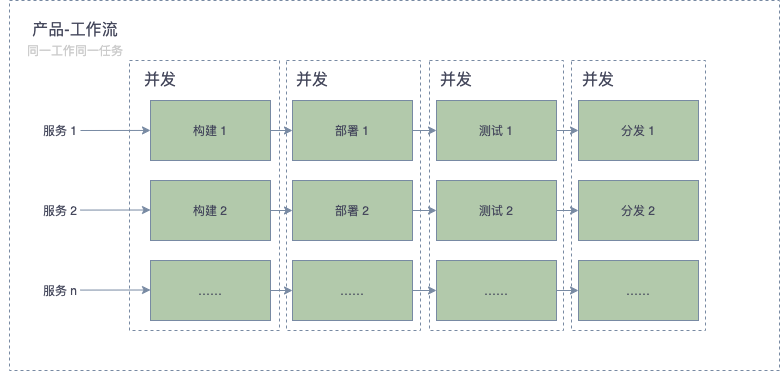
Above: _images/workflow_parallel_2.png in koderover/zadig-doc (draw.io), before the change. Source tidied: cells renumbered, new cells last; positions are measured from the earlier drawing's top-left corner, leaving out a move shared by most shapes.
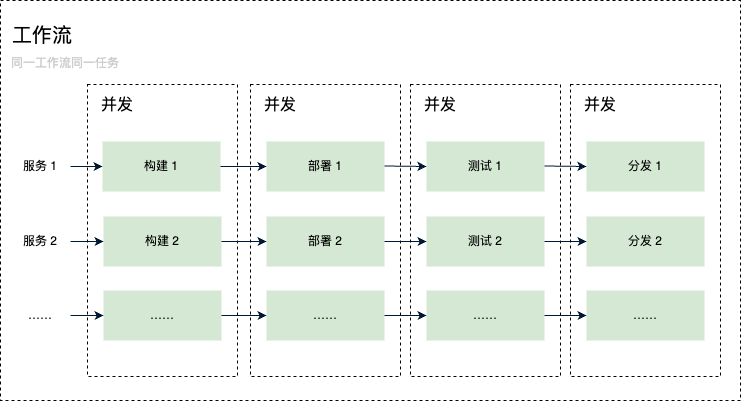
The same file after the commit.

What changed in the source:
```diff
@@ -2,125 +2,123 @@
   <root>
     <mxCell id="0" />
     <mxCell id="1" parent="0" />
-    <mxCell id="2" value="t" style="rounded=0;whiteSpace=wrap;html=1;fillColor=none;strokeColor=#788AA3;fontColor=#46495D;dashed=1;" parent="1" vertex="1">
-      <mxGeometry x="9" width="770" height="370" as="geometry" />
-    </mxCell>
-    <mxCell id="3" style="edgeStyle=orthogonalEdgeStyle;rounded=0;jettySize=auto;html=1;strokeColor=#788AA3;fontColor=#46495D;" parent="1" edge="1" source="4" target="13">
-      <mxGeometry relative="1" as="geometry" />
-    </mxCell>
-    <mxCell id="4" value="构建 1" style="rounded=0;whiteSpace=wrap;html=1;fillColor=#B2C9AB;strokeColor=#788AA3;fontColor=#46495D;" parent="1" vertex="1">
-      <mxGeometry x="150" y="100" width="120" height="60" as="geometry" />
-    </mxCell>
-    <mxCell id="5" style="edgeStyle=orthogonalEdgeStyle;rounded=0;jettySize=auto;html=1;strokeColor=#788AA3;fontColor=#46495D;" parent="1" edge="1" source="6" target="15">
-      <mxGeometry relative="1" as="geometry" />
-    </mxCell>
-    <mxCell id="6" value="构建 2" style="rounded=0;whiteSpace=wrap;html=1;fillColor=#B2C9AB;strokeColor=#788AA3;fontColor=#46495D;" parent="1" vertex="1">
-      <mxGeometry x="150" y="180" width="120" height="60" as="geometry" />
+    <mxCell id="6" style="rounded=0;whiteSpace=wrap;html=1;dashed=1;" parent="1" vertex="1">
+      <mxGeometry x="20" y="40" width="740" height="400" as="geometry" />
     </mxCell>
-    <mxCell id="7" style="edgeStyle=orthogonalEdgeStyle;rounded=0;jettySize=auto;html=1;strokeColor=#788AA3;fontColor=#46495D;" parent="1" edge="1" source="8" target="17">
-      <mxGeometry relative="1" as="geometry" />
-    </mxCell>
-    <mxCell id="8" value="……" style="rounded=0;whiteSpace=wrap;html=1;fillColor=#B2C9AB;strokeColor=#788AA3;fontColor=#46495D;" parent="1" vertex="1">
-      <mxGeometry x="150" y="260" width="120" height="60" as="geometry" />
+    <mxCell id="8" value="工作流" style="text;html=1;strokeColor=none;fillColor=none;align=left;verticalAlign=middle;whiteSpace=wrap;rounded=0;dashed=1;fontSize=20;" parent="1" vertex="1">
+      <mxGeometry x="30" y="60" width="110" height="30" as="geometry" />
     </mxCell>
-    <mxCell id="9" value="服务 1" style="text;html=1;strokeColor=none;fillColor=none;align=center;verticalAlign=middle;whiteSpace=wrap;rounded=0;fontColor=#46495D;" parent="1" vertex="1">
-      <mxGeometry x="40" y="120" width="40" height="20" as="geometry" />
+    <mxCell id="9" value="同一工作流同一任务" style="text;html=1;strokeColor=none;fillColor=none;align=center;verticalAlign=middle;whiteSpace=wrap;rounded=0;dashed=1;fontSize=12;fontColor=#CCCCCC;" parent="1" vertex="1">
+      <mxGeometry x="30" y="88" width="110" height="30" as="geometry" />
     </mxCell>
-    <mxCell id="10" value="服务 2" style="text;html=1;strokeColor=none;fillColor=none;align=center;verticalAlign=middle;whiteSpace=wrap;rounded=0;fontColor=#46495D;" parent="1" vertex="1">
-      <mxGeometry x="40" y="200" width="40" height="20" as="geometry" />
-    </mxCell>
-    <mxCell id="11" value="服务 n" style="text;html=1;strokeColor=none;fillColor=none;align=center;verticalAlign=middle;whiteSpace=wrap;rounded=0;fontColor=#46495D;" parent="1" vertex="1">
-      <mxGeometry x="40" y="280" width="40" height="20" as="geometry" />
+    <mxCell id="11" style="rounded=0;whiteSpace=wrap;html=1;dashed=1;fontSize=12;fontColor=#CCCCCC;" parent="1" vertex="1">
+      <mxGeometry x="107" y="124" width="150" height="292" as="geometry" />
     </mxCell>
-    <mxCell id="12" style="edgeStyle=orthogonalEdgeStyle;rounded=0;jettySize=auto;html=1;strokeColor=#788AA3;fontColor=#46495D;" parent="1" edge="1" source="13" target="19">
-      <mxGeometry relative="1" as="geometry" />
-    </mxCell>
-    <mxCell id="13" value="部署 1" style="rounded=0;whiteSpace=wrap;html=1;fillColor=#B2C9AB;strokeColor=#788AA3;fontColor=#46495D;" parent="1" vertex="1">
-      <mxGeometry x="292" y="100" width="120" height="60" as="geometry" />
-    </mxCell>
-    <mxCell id="14" style="edgeStyle=orthogonalEdgeStyle;rounded=0;jettySize=auto;html=1;strokeColor=#788AA3;fontColor=#46495D;" parent="1" edge="1" source="15" target="21">
-      <mxGeometry relative="1" as="geometry" />
-    </mxCell>
-    <mxCell id="15" value="部署 2" style="rounded=0;whiteSpace=wrap;html=1;fillColor=#B2C9AB;strokeColor=#788AA3;fontColor=#46495D;" parent="1" vertex="1">
-      <mxGeometry x="292" y="180" width="120" height="60" as="geometry" />
+    <mxCell id="15" style="rounded=0;whiteSpace=wrap;html=1;dashed=1;fontSize=12;fontColor=#CCCCCC;" parent="1" vertex="1">
+      <mxGeometry x="270" y="124" width="150" height="292" as="geometry" />
     </mxCell>
-    <mxCell id="16" style="edgeStyle=orthogonalEdgeStyle;rounded=0;jettySize=auto;html=1;strokeColor=#788AA3;fontColor=#46495D;" parent="1" edge="1" source="17" target="23">
-      <mxGeometry relative="1" as="geometry" />
-    </mxCell>
-    <mxCell id="17" value="……" style="rounded=0;whiteSpace=wrap;html=1;fillColor=#B2C9AB;strokeColor=#788AA3;fontColor=#46495D;" parent="1" vertex="1">
-      <mxGeometry x="292" y="260" width="120" height="60" as="geometry" />
+    <mxCell id="17" style="rounded=0;whiteSpace=wrap;html=1;dashed=1;fontSize=12;fontColor=#CCCCCC;" parent="1" vertex="1">
+      <mxGeometry x="430" y="124" width="150" height="292" as="geometry" />
     </mxCell>
-    <mxCell id="18" style="edgeStyle=orthogonalEdgeStyle;rounded=0;jettySize=auto;html=1;strokeColor=#788AA3;fontColor=#46495D;" parent="1" edge="1" source="19" target="24">
-      <mxGeometry relative="1" as="geometry" />
-    </mxCell>
-    <mxCell id="19" value="测试 1" style="rounded=0;whiteSpace=wrap;html=1;fillColor=#B2C9AB;strokeColor=#788AA3;fontColor=#46495D;" parent="1" vertex="1">
-      <mxGeometry x="436" y="100" width="120" height="60" as="geometry" />
+    <mxCell id="19" style="rounded=0;whiteSpace=wrap;html=1;dashed=1;fontSize=12;fontColor=#CCCCCC;" parent="1" vertex="1">
+      <mxGeometry x="590" y="124" width="150" height="292" as="geometry" />
     </mxCell>
-    <mxCell id="20" style="edgeStyle=orthogonalEdgeStyle;rounded=0;jettySize=auto;html=1;strokeColor=#788AA3;fontColor=#46495D;" parent="1" edge="1" source="21" target="25">
-      <mxGeometry relative="1" as="geometry" />
-    </mxCell>
-    <mxCell id="21" value="测试 2" style="rounded=0;whiteSpace=wrap;html=1;fillColor=#B2C9AB;strokeColor=#788AA3;fontColor=#46495D;" parent="1" vertex="1">
-      <mxGeometry x="436" y="180" width="120" height="60" as="geometry" />
+    <mxCell id="21" value="服务 1" style="text;html=1;strokeColor=none;fillColor=none;align=center;verticalAlign=middle;whiteSpace=wrap;rounded=0;dashed=1;fontSize=12;fontColor=#000000;" parent="1" vertex="1">
+      <mxGeometry x="30" y="191" width="60" height="30" as="geometry" />
     </mxCell>
-    <mxCell id="22" style="edgeStyle=orthogonalEdgeStyle;rounded=0;jettySize=auto;html=1;strokeColor=#788AA3;fontColor=#46495D;" parent="1" edge="1" source="23" target="26">
-      <mxGeometry relative="1" as="geometry" />
-    </mxCell>
-    <mxCell id="23" value="……" style="rounded=0;whiteSpace=wrap;html=1;fillColor=#B2C9AB;strokeColor=#788AA3;fontColor=#46495D;" parent="1" vertex="1">
-      <mxGeometry x="436" y="260" width="120" height="60" as="geometry" />
+    <mxCell id="23" value="服务 2" style="text;html=1;strokeColor=none;fillColor=none;align=center;verticalAlign=middle;whiteSpace=wrap;rounded=0;dashed=1;fontSize=12;fontColor=#000000;" parent="1" vertex="1">
+      <mxGeometry x="30" y="266" width="60" height="30" as="geometry" />
     </mxCell>
-    <mxCell id="24" value="分发 1" style="rounded=0;whiteSpace=wrap;html=1;fillColor=#B2C9AB;strokeColor=#788AA3;fontColor=#46495D;" parent="1" vertex="1">
-      <mxGeometry x="578" y="100" width="120" height="60" as="geometry" />
+    <mxCell id="24" value="……" style="text;html=1;strokeColor=none;fillColor=none;align=center;verticalAlign=middle;whiteSpace=wrap;rounded=0;dashed=1;fontSize=12;fontColor=#000000;" parent="1" vertex="1">
+      <mxGeometry x="30" y="340" width="60" height="30" as="geometry" />
     </mxCell>
-    <mxCell id="25" value="分发 2" style="rounded=0;whiteSpace=wrap;html=1;fillColor=#B2C9AB;strokeColor=#788AA3;fontColor=#46495D;" parent="1" vertex="1">
-      <mxGeometry x="578" y="180" width="120" height="60" as="geometry" />
+    <mxCell id="25" value="并发" style="text;html=1;strokeColor=none;fillColor=none;align=center;verticalAlign=middle;whiteSpace=wrap;rounded=0;dashed=1;fontSize=16;fontColor=#000000;" parent="1" vertex="1">
+      <mxGeometry x="107" y="130" width="60" height="30" as="geometry" />
     </mxCell>
-    <mxCell id="26" value="……" style="rounded=0;whiteSpace=wrap;html=1;fillColor=#B2C9AB;strokeColor=#788AA3;fontColor=#46495D;" parent="1" vertex="1">
-      <mxGeometry x="578" y="260" width="120" height="60" as="geometry" />
+    <mxCell id="26" value="并发" style="text;html=1;strokeColor=none;fillColor=none;align=center;verticalAlign=middle;whiteSpace=wrap;rounded=0;dashed=1;fontSize=16;fontColor=#000000;" parent="1" vertex="1">
+      <mxGeometry x="270" y="130" width="60" height="30" as="geometry" />
     </mxCell>
+    <mxCell id="40" value="并发" style="text;html=1;strokeColor=none;fillColor=none;align=center;verticalAlign=middle;whiteSpace=wrap;rounded=0;dashed=1;fontSize=16;fontColor=#000000;" parent="1" vertex="1">
+      <mxGeometry x="430" y="130" width="60" height="30" as="geometry" />
+    </mxCell>
+    <mxCell id="3" value="并发" style="text;html=1;strokeColor=none;fillColor=none;align=center;verticalAlign=middle;whiteSpace=wrap;rounded=0;dashed=1;fontSize=16;fontColor=#000000;" parent="1" vertex="1">
+      <mxGeometry x="590" y="130" width="60" height="30" as="geometry" />
+    </mxCell>
+    <mxCell id="5" value="构建 1" style="rounded=0;whiteSpace=wrap;html=1;dashed=1;fontSize=12;fillColor=#d5e8d4;strokeColor=none;" parent="1" vertex="1">
+      <mxGeometry x="122" y="181" width="118" height="50" as="geometry" />
+    </mxCell>
+    <mxCell id="7" value="构建 2" style="rounded=0;whiteSpace=wrap;html=1;dashed=1;fontSize=12;fillColor=#d5e8d4;strokeColor=none;" parent="1" vertex="1">
+      <mxGeometry x="123" y="256" width="118" height="50" as="geometry" />
+    </mxCell>
+    <mxCell id="12" value="……" style="rounded=0;whiteSpace=wrap;html=1;dashed=1;fontSize=12;fillColor=#d5e8d4;strokeColor=none;" parent="1" vertex="1">
+      <mxGeometry x="123" y="330" width="118" height="50" as="geometry" />
+    </mxCell>
+    <mxCell id="14" value="部署 1" style="rounded=0;whiteSpace=wrap;html=1;dashed=1;fontSize=12;fillColor=#d5e8d4;strokeColor=none;" parent="1" vertex="1">
+      <mxGeometry x="286" y="181" width="118" height="50" as="geometry" />
+    </mxCell>
+    <mxCell id="16" value="部署 2" style="rounded=0;whiteSpace=wrap;html=1;dashed=1;fontSize=12;fillColor=#d5e8d4;strokeColor=none;" parent="1" vertex="1">
+      <mxGeometry x="286" y="256" width="118" height="50" as="geometry" />
+    </mxCell>
+    <mxCell id="18" value="……" style="rounded=0;whiteSpace=wrap;html=1;dashed=1;fontSize=12;fillColor=#d5e8d4;strokeColor=none;" parent="1" vertex="1">
+      <mxGeometry x="286" y="330" width="118" height="50" as="geometry" />
+    </mxCell>
+    <mxCell id="20" value="……" style="rounded=0;whiteSpace=wrap;html=1;dashed=1;fontSize=12;fillColor=#d5e8d4;strokeColor=none;" parent="1" vertex="1">
+      <mxGeometry x="446" y="330" width="118" height="50" as="geometry" />
+    </mxCell>
+    <mxCell id="22" value="……" style="rounded=0;whiteSpace=wrap;html=1;dashed=1;fontSize=12;fillColor=#d5e8d4;strokeColor=none;" parent="1" vertex="1">
+      <mxGeometry x="606" y="330" width="118" height="50" as="geometry" />
+    </mxCell>
+    <mxCell id="2" value="测试 2" style="rounded=0;whiteSpace=wrap;html=1;dashed=1;fontSize=12;fillColor=#d5e8d4;strokeColor=none;" parent="1" vertex="1">
+      <mxGeometry x="446" y="256" width="118" height="50" as="geometry" />
+    </mxCell>
-    <mxCell id="27" value="产品-工作流" style="text;html=1;strokeColor=none;fillColor=none;align=center;verticalAlign=middle;whiteSpace=wrap;rounded=0;fontSize=16;fontColor=#46495D;" parent="1" vertex="1">
-      <mxGeometry y="20" width="150" height="20" as="geometry" />
+    <mxCell id="27" value="测试 1" style="rounded=0;whiteSpace=wrap;html=1;dashed=1;fontSize=12;fillColor=#d5e8d4;strokeColor=none;" parent="1" vertex="1">
+      <mxGeometry x="446" y="181" width="118" height="50" as="geometry" />
     </mxCell>
-    <mxCell id="28" style="rounded=0;whiteSpace=wrap;html=1;fillColor=none;fontSize=16;dashed=1;strokeColor=#788AA3;fontColor=#46495D;" parent="1" vertex="1">
-      <mxGeometry x="129" y="60" width="150" height="270" as="geometry" />
+    <mxCell id="28" value="分发 1" style="rounded=0;whiteSpace=wrap;html=1;dashed=1;fontSize=12;fillColor=#d5e8d4;strokeColor=none;" parent="1" vertex="1">
+      <mxGeometry x="606" y="181" width="118" height="50" as="geometry" />
     </mxCell>
+    <mxCell id="41" value="分发 2" style="rounded=0;whiteSpace=wrap;html=1;dashed=1;fontSize=12;fillColor=#d5e8d4;strokeColor=none;" parent="1" vertex="1">
+      <mxGeometry x="606" y="256" width="118" height="50" as="geometry" />
+    </mxCell>
-    <mxCell id="29" value="并发" style="text;html=1;strokeColor=none;fillColor=none;align=center;verticalAlign=middle;whiteSpace=wrap;rounded=0;dashed=1;fontSize=16;fontColor=#46495D;" parent="1" vertex="1">
-      <mxGeometry x="140" y="70" width="40" height="20" as="geometry" />
+    <mxCell id="29" style="endArrow=classic;html=1;fontSize=12;fontColor=#000000;strokeColor=#001933;exitX=1;exitY=0.5;exitDx=0;exitDy=0;entryX=0;entryY=0.5;entryDx=0;entryDy=0;" parent="1" edge="1" source="21" target="5">
+      <mxGeometry relative="1" as="geometry" />
     </mxCell>
-    <mxCell id="30" style="rounded=0;whiteSpace=wrap;html=1;fillColor=none;fontSize=16;dashed=1;strokeColor=#788AA3;fontColor=#46495D;" parent="1" vertex="1">
-      <mxGeometry x="286" y="60" width="134" height="270" as="geometry" />
+    <mxCell id="30" style="endArrow=classic;html=1;fontSize=12;fontColor=#000000;strokeColor=#001933;exitX=1;exitY=0.5;exitDx=0;exitDy=0;entryX=0;entryY=0.5;entryDx=0;entryDy=0;" parent="1" edge="1" source="5" target="14">
+      <mxGeometry relative="1" as="geometry" />
     </mxCell>
-    <mxCell id="31" value="并发" style="text;html=1;strokeColor=none;fillColor=none;align=center;verticalAlign=middle;whiteSpace=wrap;rounded=0;dashed=1;fontSize=16;fontColor=#46495D;" parent="1" vertex="1">
-      <mxGeometry x="292" y="70" width="40" height="20" as="geometry" />
+    <mxCell id="31" style="endArrow=classic;html=1;fontSize=12;fontColor=#000000;strokeColor=#001933;exitX=1;exitY=0.5;exitDx=0;exitDy=0;entryX=0;entryY=0.5;entryDx=0;entryDy=0;" parent="1" edge="1" target="27">
+      <mxGeometry relative="1" as="geometry">
+        <mxPoint x="404" y="205.5" as="sourcePoint" />
+      </mxGeometry>
     </mxCell>
-    <mxCell id="32" style="rounded=0;whiteSpace=wrap;html=1;fillColor=none;fontSize=16;dashed=1;strokeColor=#788AA3;fontColor=#46495D;" parent="1" vertex="1">
-      <mxGeometry x="429" y="60" width="134" height="270" as="geometry" />
+    <mxCell id="32" style="endArrow=classic;html=1;fontSize=12;fontColor=#000000;strokeColor=#001933;exitX=1;exitY=0.5;exitDx=0;exitDy=0;entryX=0;entryY=0.5;entryDx=0;entryDy=0;" parent="1" edge="1" target="28">
+      <mxGeometry relative="1" as="geometry">
+        <mxPoint x="564" y="205.5" as="sourcePoint" />
+      </mxGeometry>
     </mxCell>
-    <mxCell id="33" value="并发" style="text;html=1;strokeColor=none;fillColor=none;align=center;verticalAlign=middle;whiteSpace=wrap;rounded=0;dashed=1;fontSize=16;fontColor=#46495D;" parent="1" vertex="1">
-      <mxGeometry x="436" y="70" width="40" height="20" as="geometry" />
+    <mxCell id="33" style="endArrow=classic;html=1;fontSize=12;fontColor=#000000;strokeColor=#001933;exitX=1;exitY=0.5;exitDx=0;exitDy=0;entryX=0;entryY=0.5;entryDx=0;entryDy=0;" parent="1" edge="1" source="23" target="7">
+      <mxGeometry relative="1" as="geometry" />
     </mxCell>
-    <mxCell id="34" style="rounded=0;whiteSpace=wrap;html=1;fillColor=none;fontSize=16;dashed=1;strokeColor=#788AA3;fontColor=#46495D;" parent="1" vertex="1">
-      <mxGeometry x="571" y="60" width="134" height="270" as="geometry" />
+    <mxCell id="34" style="endArrow=classic;html=1;fontSize=12;fontColor=#000000;strokeColor=#001933;exitX=1;exitY=0.5;exitDx=0;exitDy=0;entryX=0;entryY=0.5;entryDx=0;entryDy=0;" parent="1" edge="1" source="24" target="12">
+      <mxGeometry relative="1" as="geometry" />
     </mxCell>
-    <mxCell id="35" value="并发" style="text;html=1;strokeColor=none;fillColor=none;align=center;verticalAlign=middle;whiteSpace=wrap;rounded=0;dashed=1;fontSize=16;fontColor=#46495D;" parent="1" vertex="1">
-      <mxGeometry x="578" y="70" width="40" height="20" as="geometry" />
+    <mxCell id="35" style="endArrow=classic;html=1;fontSize=12;fontColor=#000000;strokeColor=#001933;exitX=1;exitY=0.5;exitDx=0;exitDy=0;entryX=0;entryY=0.5;entryDx=0;entryDy=0;" parent="1" edge="1" source="7" target="16">
+      <mxGeometry relative="1" as="geometry" />
     </mxCell>
-    <mxCell id="36" value="同一工作同一任务" style="text;html=1;strokeColor=none;fillColor=none;align=center;verticalAlign=middle;whiteSpace=wrap;rounded=0;dashed=1;fontSize=12;fontColor=#CCCCCC;" parent="1" vertex="1">
-      <mxGeometry x="15" y="40" width="120" height="20" as="geometry" />
+    <mxCell id="36" style="endArrow=classic;html=1;fontSize=12;fontColor=#000000;strokeColor=#001933;exitX=1;exitY=0.5;exitDx=0;exitDy=0;" parent="1" edge="1" source="12" target="18">
+      <mxGeometry relative="1" as="geometry" />
     </mxCell>
-    <mxCell id="37" style="endArrow=classic;html=1;fontSize=12;fontColor=#46495D;entryX=0.14;entryY=0.259;entryDx=0;entryDy=0;entryPerimeter=0;exitX=1;exitY=0.5;exitDx=0;exitDy=0;strokeColor=#788AA3;" parent="1" edge="1" source="9" target="28">
+    <mxCell id="37" style="endArrow=classic;html=1;fontSize=12;fontColor=#000000;strokeColor=#001933;exitX=1;exitY=0.5;exitDx=0;exitDy=0;entryX=0;entryY=0.5;entryDx=0;entryDy=0;" parent="1" edge="1" source="16" target="2">
       <mxGeometry relative="1" as="geometry" />
     </mxCell>
-    <mxCell id="38" style="endArrow=classic;html=1;fontSize=12;fontColor=#46495D;entryX=0.14;entryY=0.259;entryDx=0;entryDy=0;entryPerimeter=0;exitX=1;exitY=0.5;exitDx=0;exitDy=0;strokeColor=#788AA3;" parent="1" edge="1">
-      <mxGeometry relative="1" as="geometry">
-        <mxPoint x="80" y="209.6" as="sourcePoint" />
-        <mxPoint x="150" y="209.5" as="targetPoint" />
-      </mxGeometry>
+    <mxCell id="38" style="endArrow=classic;html=1;fontSize=12;fontColor=#000000;strokeColor=#001933;exitX=1;exitY=0.5;exitDx=0;exitDy=0;entryX=0;entryY=0.5;entryDx=0;entryDy=0;" parent="1" edge="1" source="18" target="20">
+      <mxGeometry relative="1" as="geometry" />
     </mxCell>
-    <mxCell id="39" style="endArrow=classic;html=1;fontSize=12;fontColor=#46495D;entryX=0.14;entryY=0.259;entryDx=0;entryDy=0;entryPerimeter=0;exitX=1;exitY=0.5;exitDx=0;exitDy=0;strokeColor=#788AA3;" parent="1" edge="1">
-      <mxGeometry relative="1" as="geometry">
-        <mxPoint x="80" y="289.6" as="sourcePoint" />
-        <mxPoint x="150" y="289.5" as="targetPoint" />
-      </mxGeometry>
+    <mxCell id="39" style="endArrow=classic;html=1;fontSize=12;fontColor=#000000;strokeColor=#001933;exitX=1;exitY=0.5;exitDx=0;exitDy=0;" parent="1" edge="1" source="2" target="41">
+      <mxGeometry relative="1" as="geometry" />
     </mxCell>
+    <mxCell id="42" style="endArrow=classic;html=1;fontSize=12;fontColor=#000000;strokeColor=#001933;exitX=1;exitY=0.5;exitDx=0;exitDy=0;" parent="1" edge="1" source="20" target="22">
+      <mxGeometry relative="1" as="geometry" />
+    </mxCell>
   </root>
 </mxGraphModel>
```
